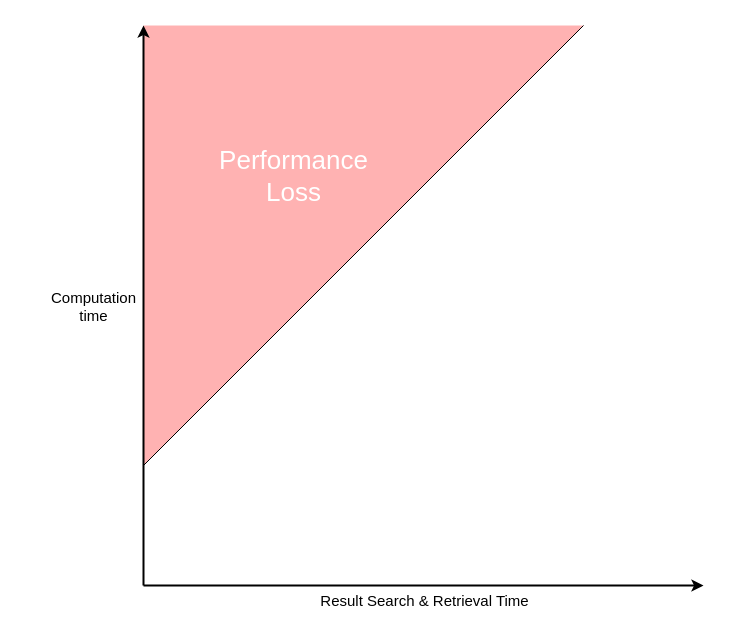
rladbtls1998/public_temp keeps this draw.io diagram as 제목 없는 다이어그램.drawio. Above is the earlier version. Source tidied: cells renumbered, new cells numbered last; positions are measured from the earlier drawing's top-left corner, leaving out a move shared by most shapes. Both pictures are drawn from the tidied source at 100%, with x=0, y=0 at pixel (143, 25).
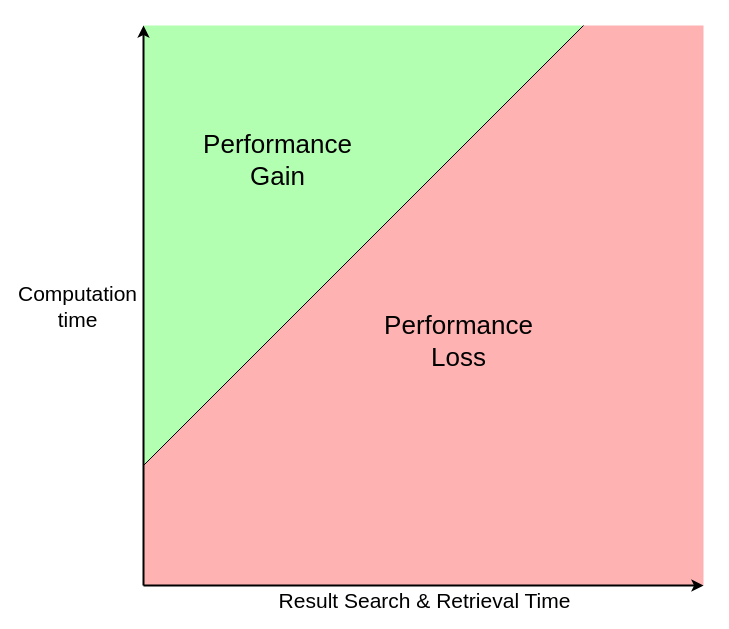
The same page after the edit.

Commit message (it also covers changes not shown here):
제목 없는 다이어그램.drawio 업데이트

Diff of the diagram source:
```diff
@@
 <mxGraphModel>
   <root>
     <mxCell id="0" />
     <mxCell id="1" parent="0" />
+    <mxCell id="9" style="shape=card;whiteSpace=wrap;html=1;size=440;strokeColor=none;fillColor=#FF0000;opacity=30;" parent="1" vertex="1">
+      <mxGeometry width="560" height="560" as="geometry" />
+    </mxCell>
-    <mxCell id="2" style="shape=manualInput;whiteSpace=wrap;html=1;size=440;rotation=-180;strokeColor=none;fillColor=#FF0000;opacity=30;" parent="1" vertex="1">
+    <mxCell id="2" style="shape=manualInput;whiteSpace=wrap;html=1;size=440;rotation=-180;strokeColor=none;fillColor=#00FF00;opacity=30;" parent="1" vertex="1">
       <mxGeometry width="440" height="440" as="geometry" />
     </mxCell>
     <mxCell id="3" style="endArrow=classic;html=1;rounded=0;endFill=1;strokeWidth=2;" parent="1" edge="1">
       <mxGeometry relative="1" as="geometry">
         <mxPoint y="560" as="sourcePoint" />
         <mxPoint as="targetPoint" />
       </mxGeometry>
     </mxCell>
-    <mxCell id="4" value="Computation&lt;div&gt;time&lt;/div&gt;" style="edgeLabel;html=1;align=center;verticalAlign=middle;fontSize=15;" parent="3" vertex="1">
+    <mxCell id="4" value="Computation&lt;div style=&quot;font-size: 21px;&quot;&gt;time&lt;/div&gt;" style="edgeLabel;html=1;align=center;verticalAlign=middle;fontSize=21;" parent="3" vertex="1">
       <mxGeometry relative="1" as="geometry">
-        <mxPoint x="-51" as="offset" />
+        <mxPoint x="-67" as="offset" />
       </mxGeometry>
     </mxCell>
     <mxCell id="5" style="endArrow=classic;html=1;rounded=0;endFill=1;strokeWidth=2;" parent="1" edge="1">
       <mxGeometry relative="1" as="geometry">
         <mxPoint y="560" as="sourcePoint" />
         <mxPoint x="560" y="560" as="targetPoint" />
       </mxGeometry>
     </mxCell>
-    <mxCell id="6" value="Result Search &amp;amp; Retrieval Time" style="edgeLabel;html=1;align=center;verticalAlign=middle;fontSize=15;" parent="5" vertex="1">
+    <mxCell id="6" value="Result Search &amp;amp; Retrieval Time" style="edgeLabel;html=1;align=center;verticalAlign=middle;fontSize=21;" parent="5" vertex="1">
       <mxGeometry relative="1" as="geometry">
         <mxPoint y="14" as="offset" />
       </mxGeometry>
     </mxCell>
     <mxCell id="7" style="endArrow=none;html=1;rounded=0;endFill=0;strokeWidth=1;" parent="1" edge="1">
       <mxGeometry relative="1" as="geometry">
         <mxPoint y="440" as="sourcePoint" />
         <mxPoint x="440" as="targetPoint" />
       </mxGeometry>
     </mxCell>
-    <mxCell id="8" value="Performance&lt;br style=&quot;font-size: 26px;&quot;&gt;Loss" style="edgeLabel;html=1;align=center;verticalAlign=middle;fontSize=26;fontColor=#FFFFFF;labelBackgroundColor=none;" parent="7" vertex="1">
+    <mxCell id="8" value="Performance&lt;br style=&quot;font-size: 26px;&quot;&gt;Gain" style="edgeLabel;html=1;align=center;verticalAlign=middle;fontSize=26;fontColor=#000000;labelBackgroundColor=none;" parent="7" vertex="1">
       <mxGeometry relative="1" as="geometry">
-        <mxPoint x="-70" y="-70" as="offset" />
+        <mxPoint x="-86" y="-86" as="offset" />
       </mxGeometry>
     </mxCell>
+    <mxCell id="10" value="&lt;font style=&quot;font-size: 26px;&quot;&gt;Performance&lt;br&gt;Loss&lt;/font&gt;" style="edgeLabel;html=1;align=center;verticalAlign=middle;fontSize=26;labelBackgroundColor=none;" parent="7" vertex="1">
+      <mxGeometry relative="1" as="geometry">
+        <mxPoint x="95" y="95" as="offset" />
+      </mxGeometry>
+    </mxCell>
   </root>
 </mxGraphModel>
```
